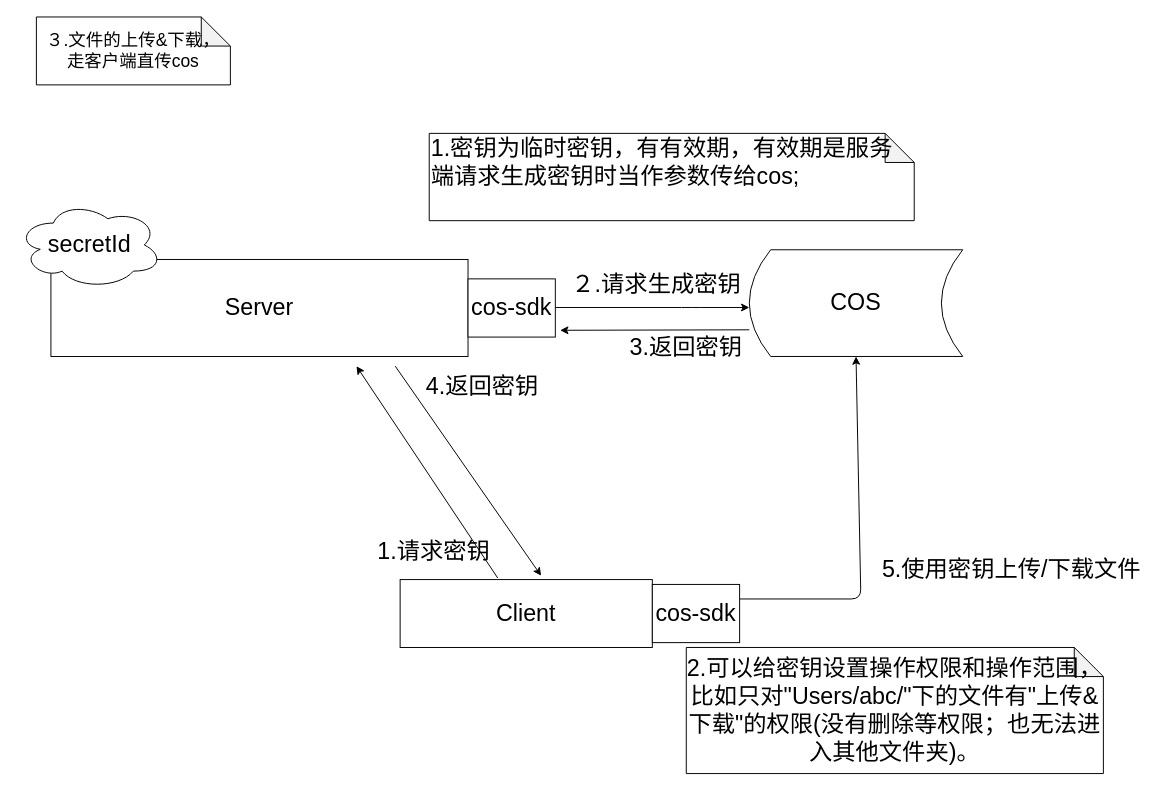
Before: dms-架构图3.drawio in logxxx/Something, a draw.io diagram. Source tidied: cells renumbered, new cells numbered last; positions are measured from the earlier drawing's top-left corner, leaving out a move shared by most shapes. Both pictures are drawn from the tidied source at 97%, with x=0, y=0 at pixel (16, 16).
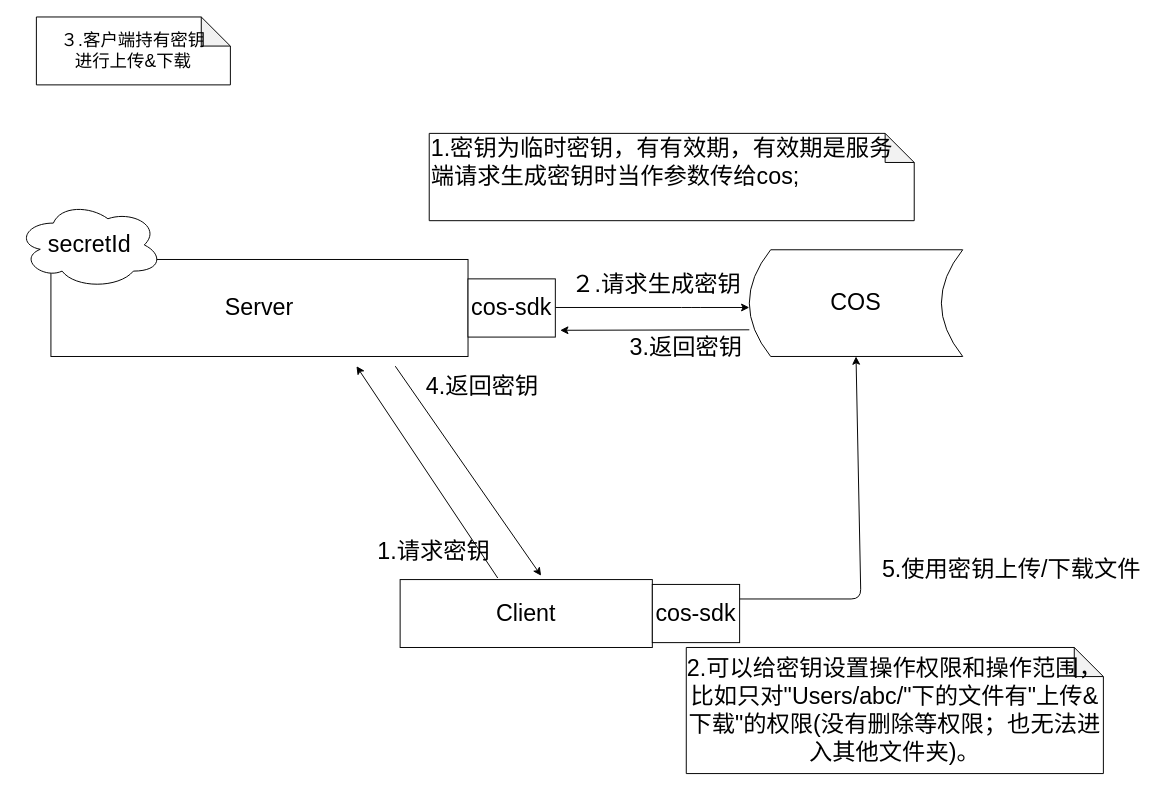
The same diagram, later.

The edit, as a diff of the source:
```diff
@@
-    <mxCell id="7" value="&lt;font style=&quot;font-size: 18px&quot;&gt;３.文件的上传&amp;amp;下载，&lt;br&gt;走客户端直传cos&lt;br&gt;&lt;/font&gt;" style="shape=note;whiteSpace=wrap;html=1;backgroundOutline=1;darkOpacity=0.05;" parent="1" vertex="1">
+    <mxCell id="7" value="&lt;font style=&quot;font-size: 18px&quot;&gt;３.客户端持有密钥&lt;br&gt;进行上传&amp;amp;下载&lt;br&gt;&lt;/font&gt;" style="shape=note;whiteSpace=wrap;html=1;backgroundOutline=1;darkOpacity=0.05;" parent="1" vertex="1">
       <mxGeometry x="20" width="200" height="70" as="geometry" />
     </mxCell>
```
